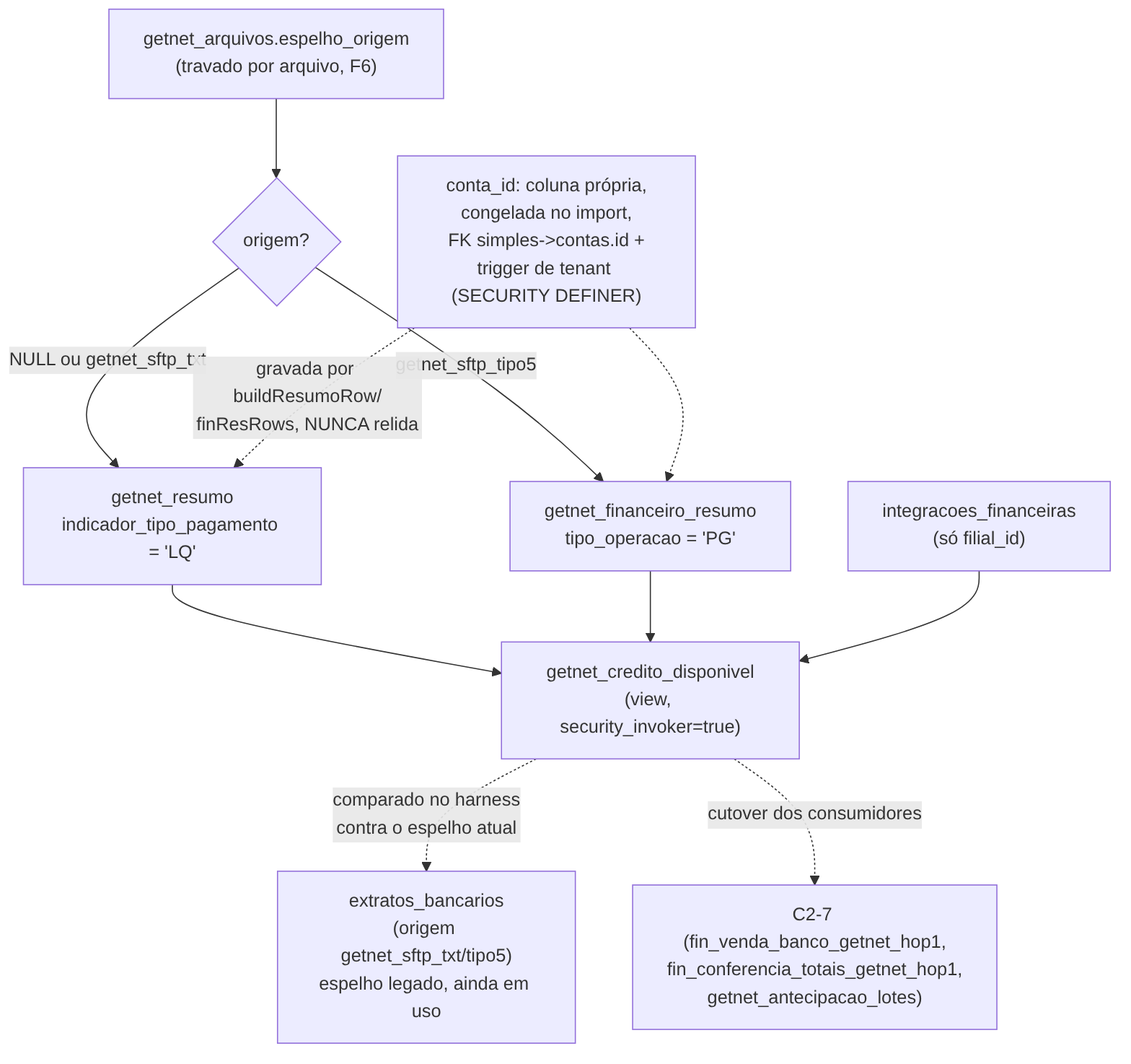
Earlier version of the Mermaid export docs/diagramas/exports/fluxo-financeiro_35.png (adrianoapc/igreja-carvalho). Its source is kept beside it as docs/diagramas/exports/fluxo-financeiro_35.mmd.
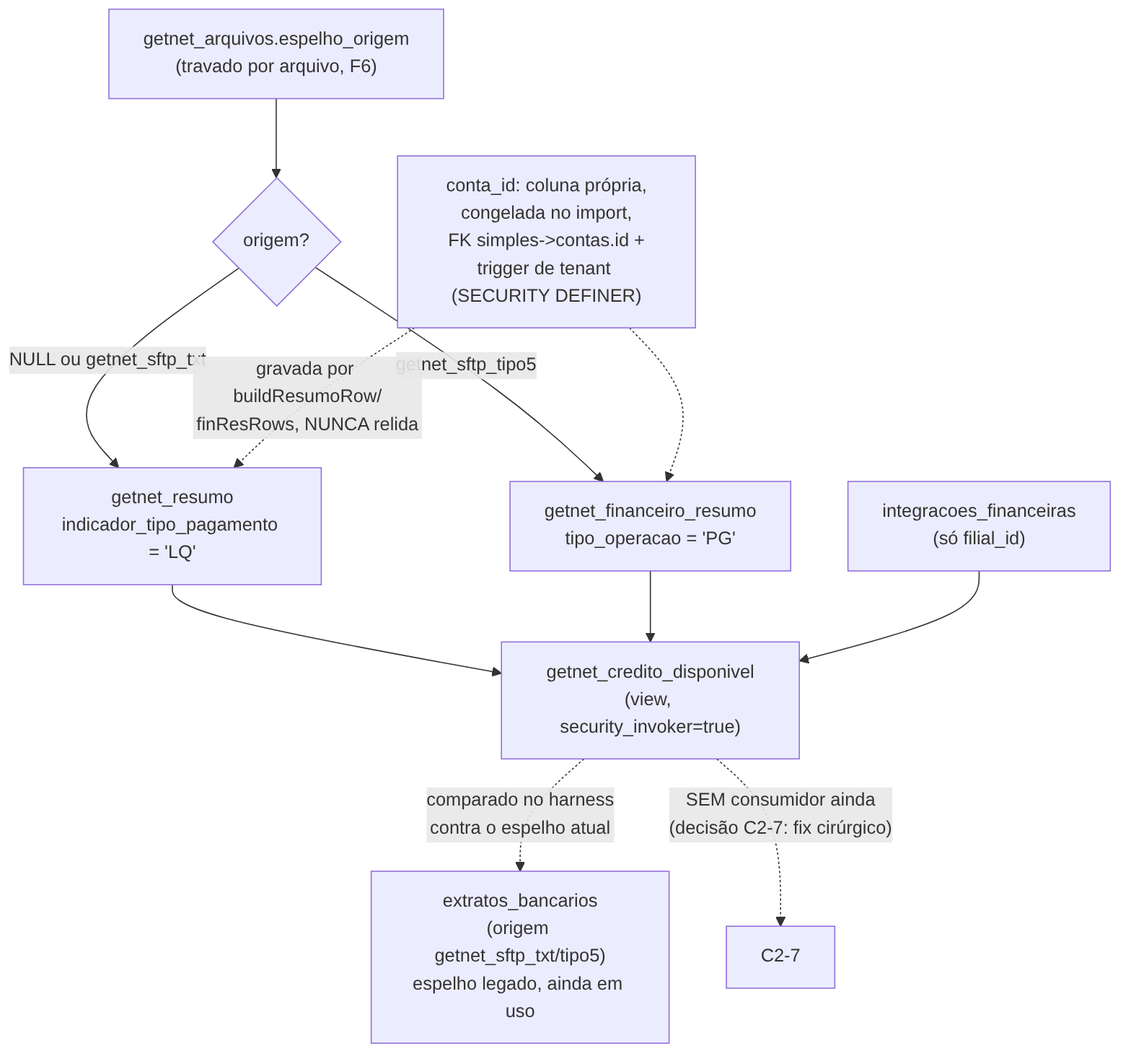
The same file after the commit.

The edit, as a diff of the source:
```diff
@@ -10,4 +10,4 @@
     INT["integracoes_financeiras\n(só filial_id)"] --> VIEW
 
     VIEW -.->|"comparado no harness\ncontra o espelho atual"| EB["extratos_bancarios\n(origem getnet_sftp_txt/tipo5)\nespelho legado, ainda em uso"]
-    VIEW -.->|"cutover dos consumidores"| C27["C2-7 (fin_venda_banco_getnet_hop1,\nfin_conferencia_totais_getnet_hop1,\ngetnet_antecipacao_lotes)"]
+    VIEW -.->|"SEM consumidor ainda\n(decisão C2-7: fix cirúrgico)"| C27["C2-7"]
```
